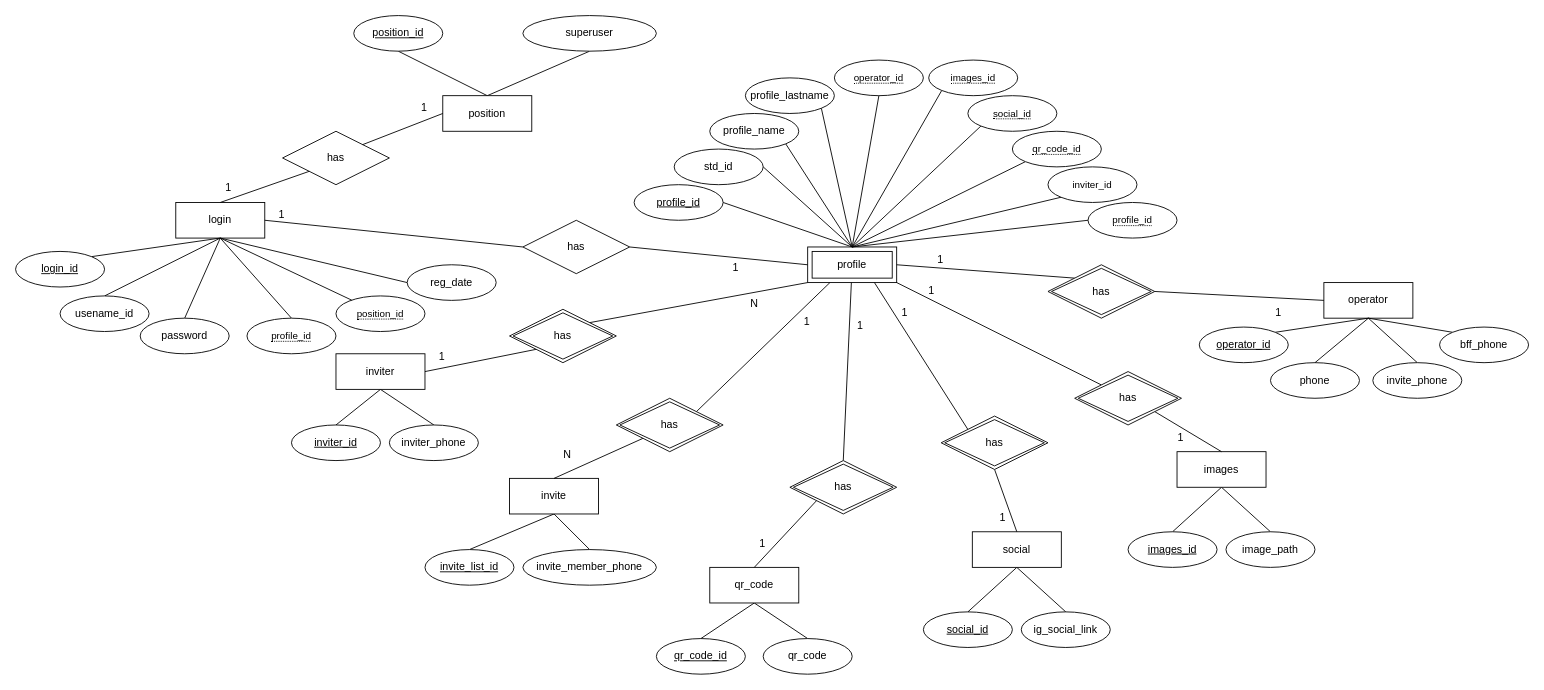
Before: ER Diagram/ER Diagram Main.drawio in rapeeza1598/DB-Project-KMUTNB, a draw.io diagram. Source tidied: cells renumbered, new cells numbered last; positions are measured from the earlier drawing's top-left corner, leaving out a move shared by most shapes. Both pictures are drawn from the tidied source at 89%, with x=0, y=0 at pixel (15, 15).
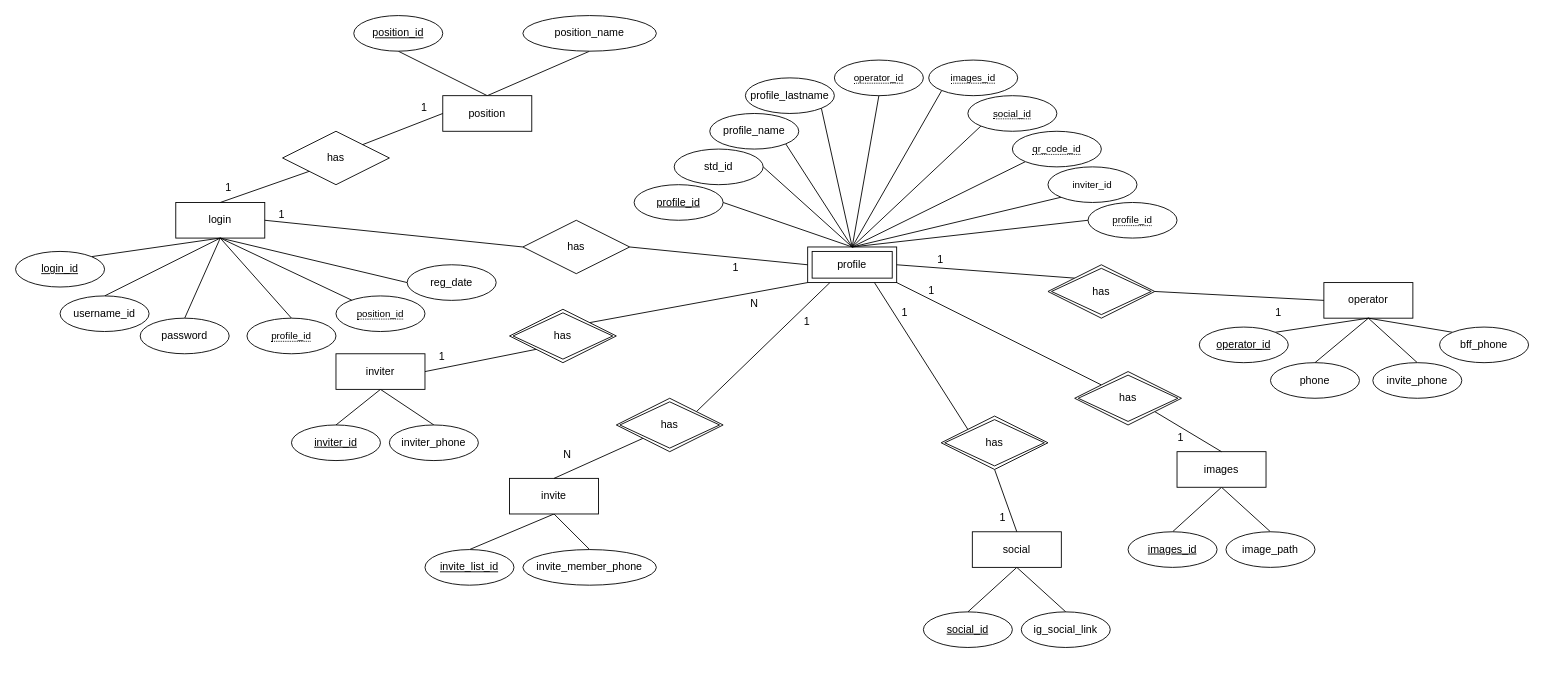
After the change.

Commit message:
:recycle: Update Something New

The change refers to these unchanged cells:
```xml
<mxCell id="3" value="profile" style="shape=ext;margin=3;double=1;whiteSpace=wrap;html=1;align=center;" parent="1" vertex="1">
  <mxGeometry x="890" y="260" width="100" height="40" as="geometry" />
</mxCell>
```

What changed in the source:
```diff
@@
-    <mxCell id="12" style="edgeStyle=none;shape=connector;rounded=0;jettySize=auto;html=1;exitX=0.5;exitY=1;exitDx=0;exitDy=0;entryX=0.5;entryY=0;entryDx=0;entryDy=0;labelBackgroundColor=default;fontFamily=Helvetica;fontSize=11;fontColor=default;startArrow=none;startFill=0;endArrow=none;endFill=0;strokeColor=default;" parent="1" edge="1" source="14" target="46">
-      <mxGeometry relative="1" as="geometry" />
-    </mxCell>
-    <mxCell id="13" style="edgeStyle=none;shape=connector;rounded=0;jettySize=auto;html=1;exitX=0.5;exitY=1;exitDx=0;exitDy=0;entryX=0.5;entryY=0;entryDx=0;entryDy=0;labelBackgroundColor=default;fontFamily=Helvetica;fontSize=11;fontColor=default;startArrow=none;startFill=0;endArrow=none;endFill=0;strokeColor=default;" parent="1" edge="1" source="14" target="47">
-      <mxGeometry relative="1" as="geometry" />
-    </mxCell>
-    <mxCell id="14" value="qr_code" style="whiteSpace=wrap;html=1;align=center;" parent="1" vertex="1">
-      <mxGeometry x="780" y="620" width="100" height="40" as="geometry" />
-    </mxCell>
@@
-    <mxCell id="30" style="edgeStyle=none;shape=connector;rounded=0;jettySize=auto;html=1;exitX=0.5;exitY=0;exitDx=0;exitDy=0;labelBackgroundColor=default;fontFamily=Helvetica;fontSize=11;fontColor=default;startArrow=none;startFill=0;endArrow=none;endFill=0;strokeColor=default;" parent="1" edge="1" source="32" target="3">
-      <mxGeometry relative="1" as="geometry" />
-    </mxCell>
-    <mxCell id="31" style="edgeStyle=none;shape=connector;rounded=0;jettySize=auto;html=1;exitX=0;exitY=1;exitDx=0;exitDy=0;entryX=0.5;entryY=0;entryDx=0;entryDy=0;labelBackgroundColor=default;fontFamily=Helvetica;fontSize=11;fontColor=default;startArrow=none;startFill=0;endArrow=none;endFill=0;strokeColor=default;" parent="1" edge="1" source="32" target="14">
-      <mxGeometry relative="1" as="geometry" />
-    </mxCell>
-    <mxCell id="32" value="has" style="shape=rhombus;double=1;perimeter=rhombusPerimeter;whiteSpace=wrap;html=1;align=center;" parent="1" vertex="1">
-      <mxGeometry x="870" y="500" width="120" height="60" as="geometry" />
-    </mxCell>
@@
-    <mxCell id="46" value="qr_code_id" style="ellipse;whiteSpace=wrap;html=1;align=center;fontStyle=4;" parent="1" vertex="1">
-      <mxGeometry x="720" y="700" width="100" height="40" as="geometry" />
-    </mxCell>
-    <mxCell id="47" value="qr_code" style="ellipse;whiteSpace=wrap;html=1;align=center;" parent="1" vertex="1">
-      <mxGeometry x="840" y="700" width="100" height="40" as="geometry" />
-    </mxCell>
@@
-    <mxCell id="63" value="usename_id" style="ellipse;whiteSpace=wrap;html=1;align=center;" parent="1" vertex="1">
+    <mxCell id="63" value="username_id" style="ellipse;whiteSpace=wrap;html=1;align=center;" parent="1" vertex="1">
       <mxGeometry x="50" y="315" width="100" height="40" as="geometry" />
     </mxCell>
@@
-    <mxCell id="96" value="1" style="text;strokeColor=none;fillColor=none;spacingLeft=4;spacingRight=4;overflow=hidden;fontSize=12;fontFamily=Helvetica;fontColor=default;" parent="1" vertex="1">
-      <mxGeometry x="830" y="580" width="40" height="30" as="geometry" />
-    </mxCell>
-    <mxCell id="97" value="1" style="text;strokeColor=none;fillColor=none;spacingLeft=4;spacingRight=4;overflow=hidden;fontSize=12;fontFamily=Helvetica;fontColor=default;" parent="1" vertex="1">
-      <mxGeometry x="940" y="335" width="40" height="30" as="geometry" />
-    </mxCell>
@@
-    <mxCell id="105" value="superuser" style="ellipse;whiteSpace=wrap;html=1;align=center;" parent="1" vertex="1">
+    <mxCell id="105" value="position_name" style="ellipse;whiteSpace=wrap;html=1;align=center;" parent="1" vertex="1">
       <mxGeometry x="570" width="150" height="40" as="geometry" />
     </mxCell>
```
